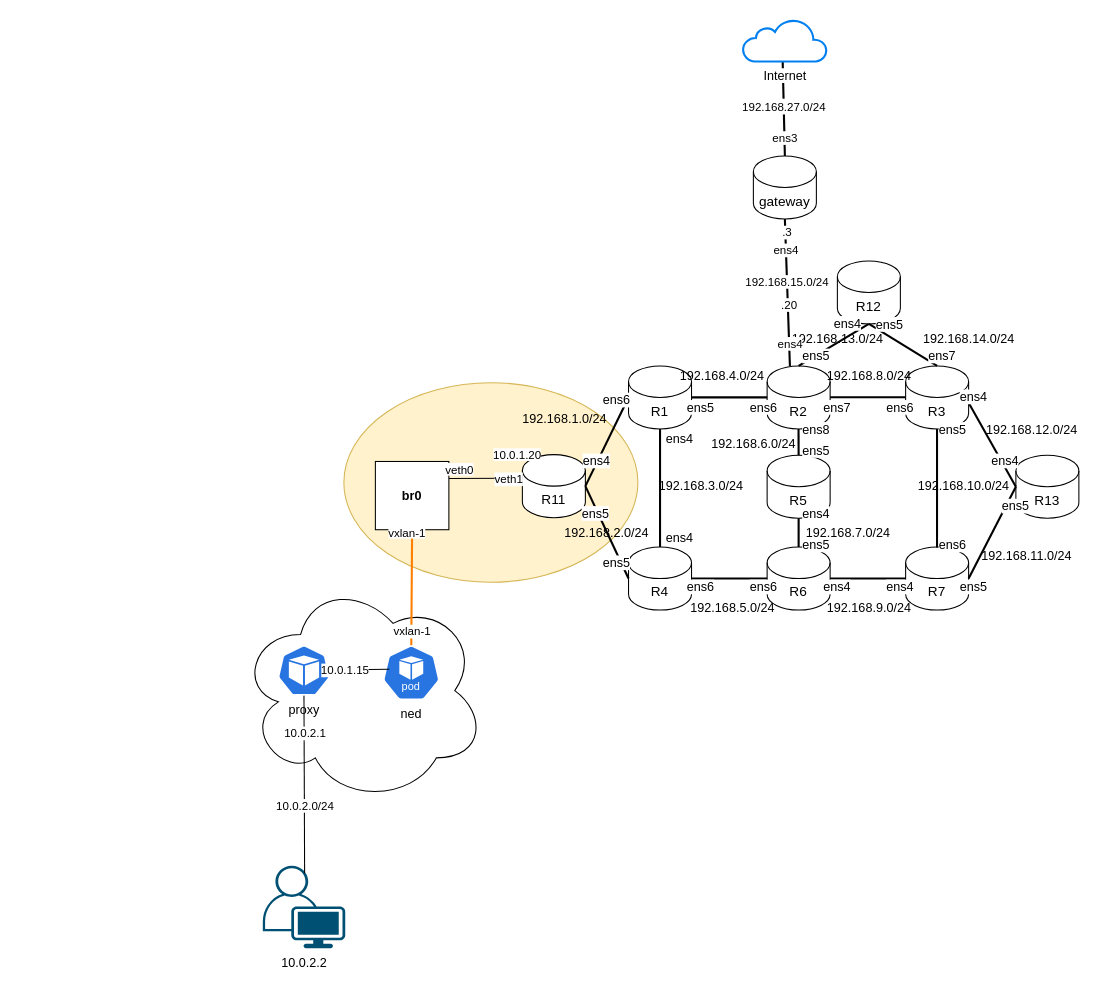
Before: realnetwork/realnetwork.drawio in Mouseworld-Lab/NDT-EDGE, a draw.io diagram. Source tidied: cells renumbered, new cells numbered last; positions are measured from the earlier drawing's top-left corner, leaving out a move shared by most shapes. Both pictures are drawn from the tidied source at 105%, with x=0, y=0 at pixel (238, 19).
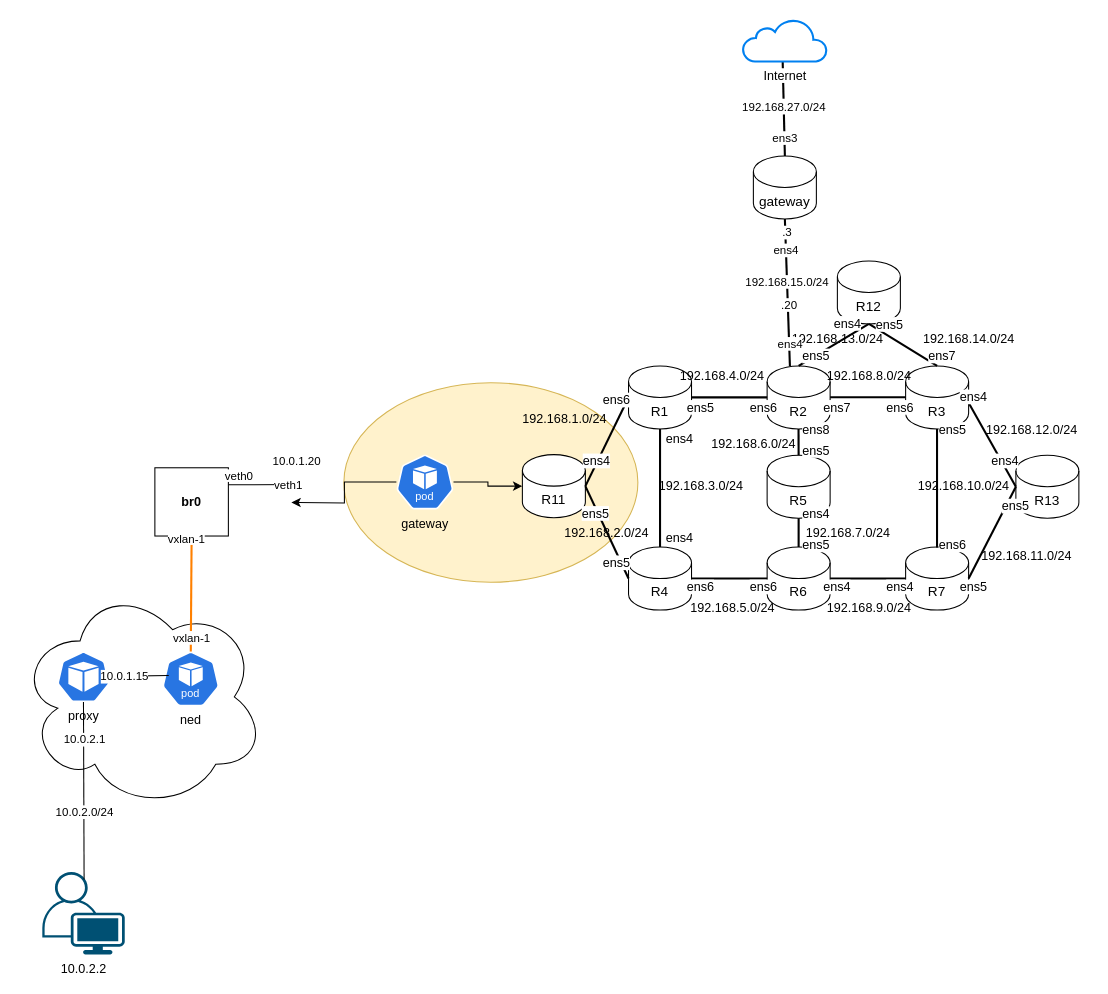
Above is the later version.

Commit message (it also covers changes not shown here):
new gateway, new edge for kne

The change refers to these unchanged cells:
```xml
<mxCell id="11" value="R11" style="shape=cylinder3;whiteSpace=wrap;html=1;boundedLbl=1;backgroundOutline=1;size=15;fontSize=13;fontStyle=0;" parent="1" vertex="1">
  <mxGeometry x="270" y="414.5" width="60" height="60" as="geometry" />
</mxCell>
```

What changed in the source:
```diff
@@
     <mxCell id="3" value="&lt;b&gt;br0&lt;/b&gt;" style="rounded=0;whiteSpace=wrap;html=1;" parent="1" vertex="1">
-      <mxGeometry x="130" y="421" width="70" height="65" as="geometry" />
+      <mxGeometry x="-80" y="427" width="70" height="65" as="geometry" />
     </mxCell>
     <mxCell id="4" style="ellipse;shape=cloud;whiteSpace=wrap;html=1;" parent="1" vertex="1">
-      <mxGeometry y="532.5" width="235" height="213.5" as="geometry" />
+      <mxGeometry x="-210" y="538.5" width="235" height="213.5" as="geometry" />
     </mxCell>
@@
     <mxCell id="71" value="ned" style="sketch=0;html=1;dashed=0;whitespace=wrap;verticalLabelPosition=bottom;verticalAlign=top;fillColor=#2875E2;strokeColor=#ffffff;points=[[0.005,0.63,0],[0.1,0.2,0],[0.9,0.2,0],[0.5,0,0],[0.995,0.63,0],[0.72,0.99,0],[0.5,1,0],[0.28,0.99,0]];shape=mxgraph.kubernetes.icon2;kubernetesLabel=1;prIcon=pod;" parent="1" vertex="1">
-      <mxGeometry x="137" y="596" width="54.4" height="52.2" as="geometry" />
+      <mxGeometry x="-73" y="602" width="54.4" height="52.2" as="geometry" />
     </mxCell>
     <mxCell id="72" value="proxy" style="sketch=0;html=1;dashed=0;whitespace=wrap;verticalLabelPosition=bottom;verticalAlign=top;fillColor=#2875E2;strokeColor=#ffffff;points=[[0.005,0.63,0],[0.1,0.2,0],[0.9,0.2,0],[0.5,0,0],[0.995,0.63,0],[0.72,0.99,0],[0.5,1,0],[0.28,0.99,0]];shape=mxgraph.kubernetes.icon2;prIcon=pod;" parent="1" vertex="1">
-      <mxGeometry x="37" y="596" width="50" height="48" as="geometry" />
+      <mxGeometry x="-173" y="602" width="50" height="48" as="geometry" />
     </mxCell>
@@
     <mxCell id="75" value="10.0.2.2" style="points=[[0.35,0,0],[0.98,0.51,0],[1,0.71,0],[0.67,1,0],[0,0.795,0],[0,0.65,0]];verticalLabelPosition=bottom;sketch=0;html=1;verticalAlign=top;align=center;shape=mxgraph.cisco19.user;fillColor=#005073;strokeColor=none;" parent="1" vertex="1">
-      <mxGeometry x="22.8" y="806" width="78.5" height="78.5" as="geometry" />
+      <mxGeometry x="-187.2" y="812" width="78.5" height="78.5" as="geometry" />
     </mxCell>
@@
-    <mxCell id="79" style="endArrow=none;html=1;rounded=0;entryX=0;entryY=0;entryDx=0;entryDy=22.5;entryPerimeter=0;exitX=1;exitY=0.25;exitDx=0;exitDy=0;" parent="1" edge="1" source="3" target="11">
-      <mxGeometry relative="1" as="geometry" />
+    <mxCell id="79" style="endArrow=none;html=1;rounded=0;entryX=0;entryY=0;entryDx=0;entryDy=22.5;entryPerimeter=0;exitX=1;exitY=0.25;exitDx=0;exitDy=0;" parent="1" edge="1" source="3">
+      <mxGeometry relative="1" as="geometry">
+        <mxPoint x="60" y="443" as="targetPoint" />
+      </mxGeometry>
     </mxCell>
@@
     <mxCell id="85" value="&lt;span style=&quot;font-size: 11px; background-color: rgb(255, 255, 255);&quot;&gt;10.0.1.20&lt;/span&gt;" style="text;html=1;align=center;verticalAlign=middle;strokeColor=none;fillColor=none;" parent="1" vertex="1">
-      <mxGeometry x="230" y="400" width="70" height="30" as="geometry" />
+      <mxGeometry x="20" y="406" width="70" height="30" as="geometry" />
     </mxCell>
     <mxCell id="86" value="&lt;span style=&quot;font-size: 11px; background-color: rgb(255, 255, 255);&quot;&gt;vxlan-1&lt;/span&gt;" style="text;html=1;align=center;verticalAlign=middle;strokeColor=none;fillColor=none;" parent="1" vertex="1">
-      <mxGeometry x="130" y="474" width="60" height="30" as="geometry" />
+      <mxGeometry x="-80" y="480" width="60" height="30" as="geometry" />
     </mxCell>
     <mxCell id="87" value="&lt;span style=&quot;font-size: 11px; background-color: rgb(255, 255, 255);&quot;&gt;veth0&lt;/span&gt;" style="text;html=1;align=center;verticalAlign=middle;strokeColor=none;fillColor=none;" parent="1" vertex="1">
-      <mxGeometry x="185" y="414" width="50" height="30" as="geometry" />
+      <mxGeometry x="-25" y="420" width="50" height="30" as="geometry" />
     </mxCell>
@@
+    <mxCell id="98" style="edgeStyle=orthogonalEdgeStyle;rounded=0;jettySize=auto;html=1;" parent="1" edge="1" source="99">
+      <mxGeometry relative="1" as="geometry">
+        <mxPoint x="50" y="460" as="targetPoint" />
+      </mxGeometry>
+    </mxCell>
+    <mxCell id="99" value="gateway" style="sketch=0;html=1;dashed=0;whitespace=wrap;verticalLabelPosition=bottom;verticalAlign=top;fillColor=#2875E2;strokeColor=#ffffff;points=[[0.005,0.63,0],[0.1,0.2,0],[0.9,0.2,0],[0.5,0,0],[0.995,0.63,0],[0.72,0.99,0],[0.5,1,0],[0.28,0.99,0]];shape=mxgraph.kubernetes.icon2;kubernetesLabel=1;prIcon=pod;" parent="1" vertex="1">
+      <mxGeometry x="150" y="414.5" width="54.4" height="52.2" as="geometry" />
+    </mxCell>
+    <mxCell id="100" style="edgeStyle=orthogonalEdgeStyle;rounded=0;jettySize=auto;html=1;entryX=0;entryY=0.5;entryDx=0;entryDy=0;entryPerimeter=0;" parent="1" edge="1" source="99" target="11">
+      <mxGeometry relative="1" as="geometry" />
+    </mxCell>
```
